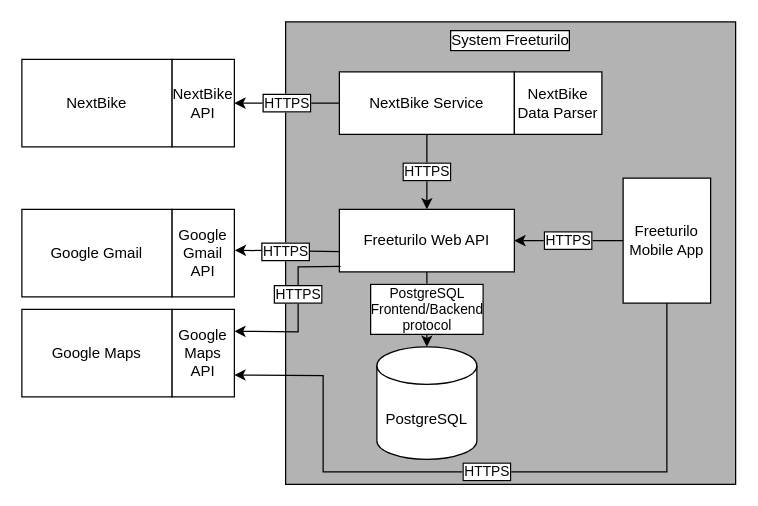
Before: diagrams/communication.drawio in Freeturilo/FreeturiloDocumentation, a draw.io diagram. Source tidied: cells renumbered, new cells numbered last; positions are measured from the earlier drawing's top-left corner, leaving out a move shared by most shapes. Both pictures are drawn from the tidied source at 125%, with x=0, y=0 at pixel (21, 21).
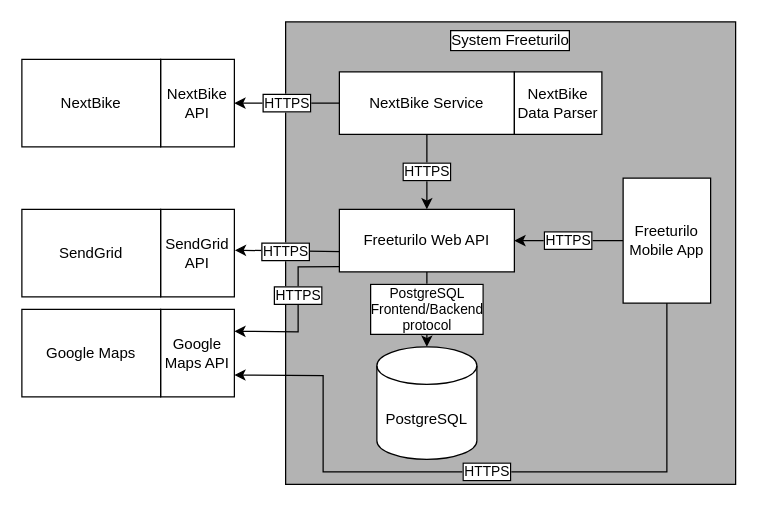
The same diagram, later.

Commit message (it also covers changes not shown here):
Fixed some errors in communication and architecture diagram.

Unchanged cells that the change refers to:
```xml
<mxCell id="14" value="Freeturilo Web API" style="rounded=0;whiteSpace=wrap;html=1;fillColor=default;" parent="1" vertex="1">
  <mxGeometry x="254" y="150" width="140" height="50" as="geometry" />
</mxCell>
```

Change to the diagram source:
```diff
@@
     <mxCell id="7" value="&lt;div&gt;Google Maps API&lt;/div&gt;" style="rounded=0;whiteSpace=wrap;html=1;direction=north;" parent="1" vertex="1">
-      <mxGeometry x="120" y="230" width="50" height="70" as="geometry" />
+      <mxGeometry x="111" y="230" width="59" height="70" as="geometry" />
     </mxCell>
     <mxCell id="8" value="&lt;div&gt;NextBike&lt;/div&gt;&lt;div&gt;API&lt;br&gt;&lt;/div&gt;" style="rounded=0;whiteSpace=wrap;html=1;" parent="1" vertex="1">
-      <mxGeometry x="120" y="30" width="50" height="70" as="geometry" />
+      <mxGeometry x="111" y="30" width="59" height="70" as="geometry" />
     </mxCell>
     <mxCell id="9" value="Google Maps" style="rounded=0;whiteSpace=wrap;html=1;" parent="1" vertex="1">
-      <mxGeometry y="230" width="120" height="70" as="geometry" />
+      <mxGeometry y="230" width="111" height="70" as="geometry" />
     </mxCell>
     <mxCell id="10" value="NextBike" style="rounded=0;whiteSpace=wrap;html=1;" parent="1" vertex="1">
-      <mxGeometry y="30" width="120" height="70" as="geometry" />
+      <mxGeometry y="30" width="111" height="70" as="geometry" />
     </mxCell>
@@
-    <mxCell id="19" value="&lt;div&gt;Google Gmail API&lt;/div&gt;" style="rounded=0;whiteSpace=wrap;html=1;direction=north;" parent="1" vertex="1">
-      <mxGeometry x="120" y="150" width="50" height="70" as="geometry" />
+    <mxCell id="19" value="&lt;div&gt;SendGrid API&lt;/div&gt;" style="rounded=0;whiteSpace=wrap;html=1;direction=north;" parent="1" vertex="1">
+      <mxGeometry x="111" y="150" width="59" height="70" as="geometry" />
     </mxCell>
-    <mxCell id="20" value="Google Gmail" style="rounded=0;whiteSpace=wrap;html=1;" parent="1" vertex="1">
-      <mxGeometry y="150" width="120" height="70" as="geometry" />
+    <mxCell id="20" value="SendGrid" style="rounded=0;whiteSpace=wrap;html=1;" parent="1" vertex="1">
+      <mxGeometry y="150" width="111" height="70" as="geometry" />
     </mxCell>
-    <mxCell id="21" value="HTTPS" style="rounded=0;jettySize=auto;html=1;entryX=0.75;entryY=1;entryDx=0;entryDy=0;startArrow=none;startFill=0;labelBorderColor=#000000;exitX=0.007;exitY=0.913;exitDx=0;exitDy=0;exitPerimeter=0;" parent="1" edge="1" source="14" target="7">
+    <mxCell id="21" value="HTTPS" style="rounded=0;jettySize=auto;html=1;entryX=0.75;entryY=1;entryDx=0;entryDy=0;startArrow=none;startFill=0;labelBorderColor=#000000;exitX=0;exitY=0.917;exitDx=0;exitDy=0;exitPerimeter=0;" parent="1" edge="1" source="14" target="7">
       <mxGeometry x="-0.18" relative="1" as="geometry">
         <Array as="points">
           <mxPoint x="221" y="196" />
           <mxPoint x="221" y="248" />
         </Array>
       </mxGeometry>
     </mxCell>
```
